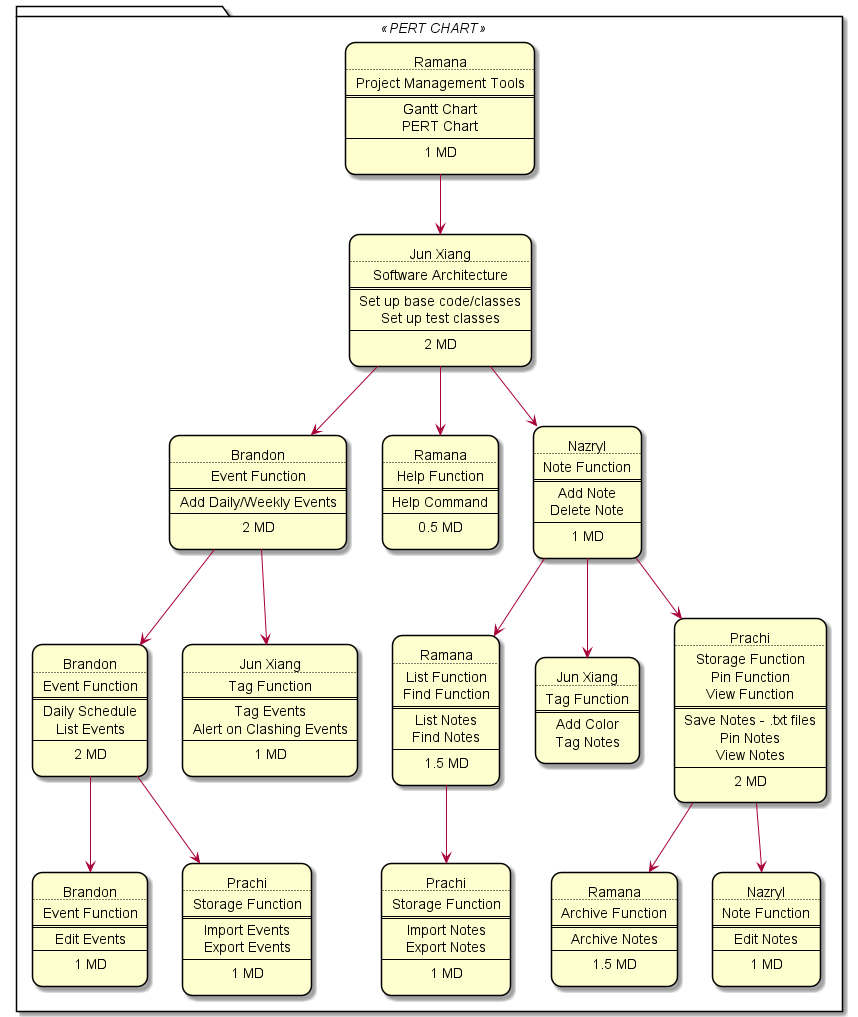
This is docs/diagrams/out/PERT_Chart.png from nus-cs2113-AY2021S1/tp, a PlantUML export, as it was before one commit. Source of this version:
```plantuml
@startuml
!include Style.puml
skinparam defaultTextAlignment center
skinparam roundcorner 20

Package <<PERT CHART>>{
    Rectangle Ramana_1 [
        Ramana
        ....
        Project Management Tools
        ====
        Gantt Chart
        PERT Chart
        ---
        1 MD
    ]
    Rectangle JunXiang_1 [
        Jun Xiang
        ....
        Software Architecture
        ====
        Set up base code/classes
        Set up test classes
        ---
        2 MD
    ]
    Rectangle Brandon_1 [
        Brandon
        ....
        Event Function
        ====
        Add Daily/Weekly Events
        ---
        2 MD
    ]
    Rectangle Ramana_2 [
        Ramana
        ....
        Help Function
        ====
        Help Command
        ----
        0.5 MD
    ]
    Rectangle Nazryl_1 [
        Nazryl
        ....
        Note Function
        ====
        Add Note
        Delete Note
        ----
        1 MD
    ]
    Rectangle Brandon_2 [
        Brandon
        ....
        Event Function
        ====
        Daily Schedule
        List Events
        ----
        2 MD
    ]
    Rectangle JunXiang_2 [
        Jun Xiang
        ....
        Tag Function
        ====
        Tag Events
        Alert on Clashing Events
        ----
        1 MD
    ]
    Rectangle Ramana_3 [
        Ramana
        ....
        List Function
        Find Function
        ====
        List Notes
        Find Notes
        ----
        1.5 MD
    ]
    Rectangle JunXiang_3 [
        Jun Xiang
        ....
        Tag Function
        ====
        Add Color
        Tag Notes
    ]
    Rectangle Prachi_1 [
        Prachi
        ....
        Storage Function
        Pin Function
        View Function
        ====
        Save Notes - .txt files
        Pin Notes
        View Notes
        ----
        2 MD
    ]
    Rectangle Brandon_3 [
        Brandon
        ....
        Event Function
        ====
        Edit Events
        ----
        1 MD
    ]
    Rectangle Prachi_2 [
        Prachi
        ....
        Storage Function
        ====
        Import Events
        Export Events
        ----
        1 MD
    ]
    Rectangle Prachi_3 [
        Prachi
        ....
        Storage Function
        ====
        Import Notes
        Export Notes
        ----
        1 MD
    ]
    Rectangle Ramana_4 [
        Ramana
        ....
        Archive Function
        ====
        Archive Notes
        ----
        1.5 MD
    ]
    Rectangle Nazryl_2 [
        Nazryl
        ....
        Note Function
        ====
        Edit Notes
        ----
        1 MD
    ]
}

Ramana_1 --> JunXiang_1

JunXiang_1 --> Brandon_1
JunXiang_1 --> Ramana_2
JunXiang_1 --> Nazryl_1

Brandon_1 --> Brandon_2
Brandon_1 --> JunXiang_2

Nazryl_1 --> Ramana_3
Nazryl_1 --> JunXiang_3
Nazryl_1 --> Prachi_1

Brandon_2 --> Brandon_3
Brandon_2 --> Prachi_2

Ramana_3 --> Prachi_3

Prachi_1 --> Ramana_4
Prachi_1 --> Nazryl_2

@enduml
```
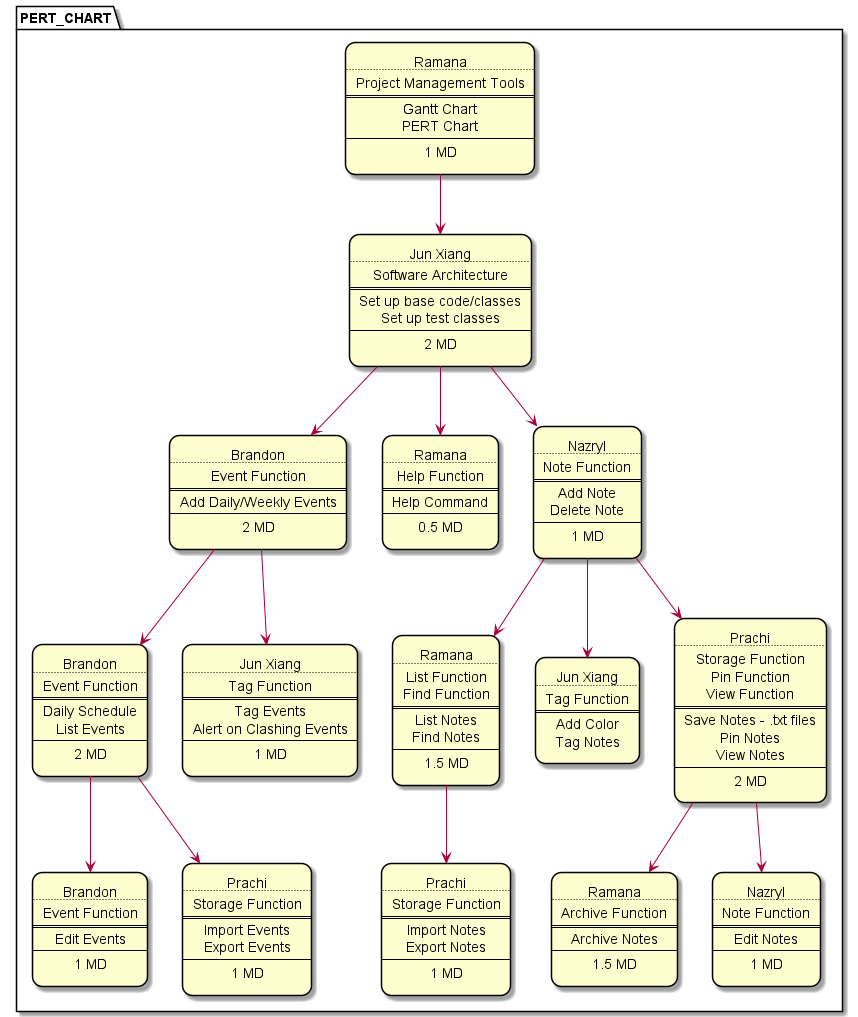
Later version of the same file.

Commit message:
Update PERT Chart

What changed in the source:
```diff
@@ -3,7 +3,7 @@
 skinparam defaultTextAlignment center
 skinparam roundcorner 20
 
-Package <<PERT CHART>>{
+Package PERT_CHART {
     Rectangle Ramana_1 [
         Ramana
         ....
```
